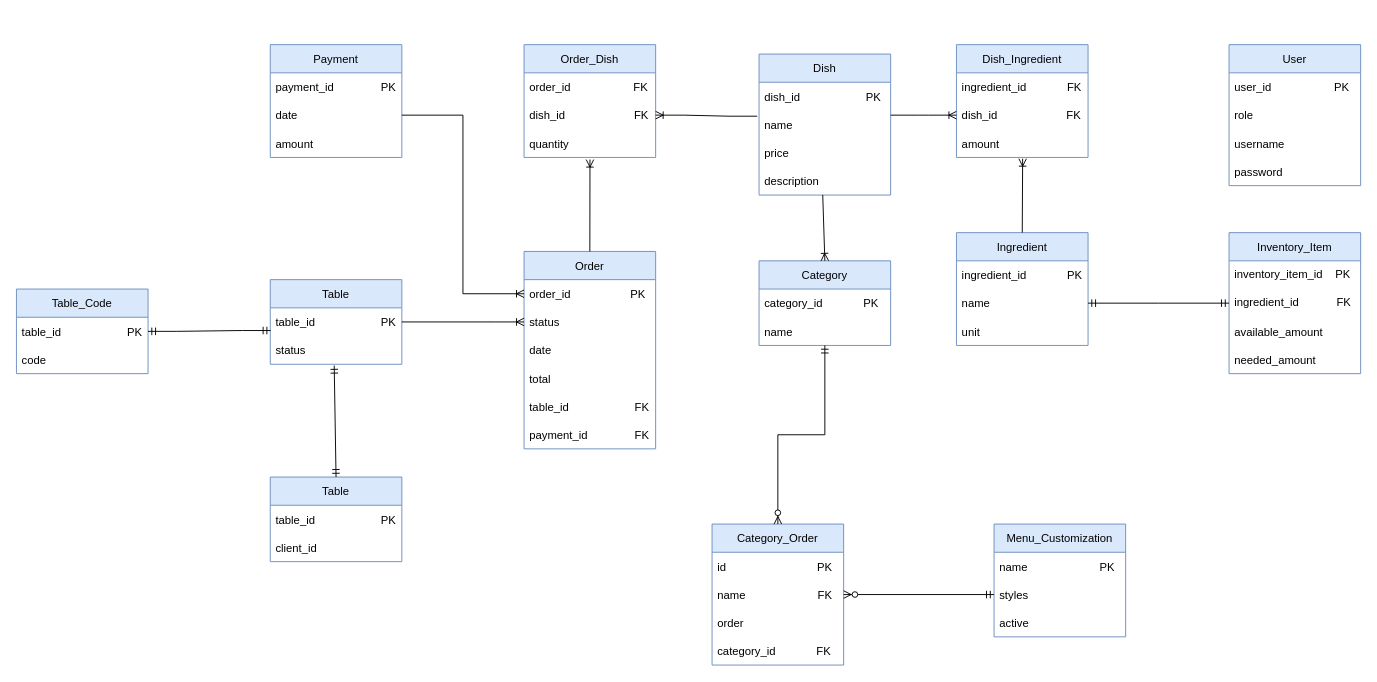
The draw.io diagram diagrams/ERD.drawio in jadhamwi31/quickq, before the edit. Source tidied: cells renumbered, new cells numbered last; positions are measured from the earlier drawing's top-left corner, leaving out a move shared by most shapes. Both pictures are drawn from the tidied source at 94%, with x=0, y=0 at pixel (16, 44).
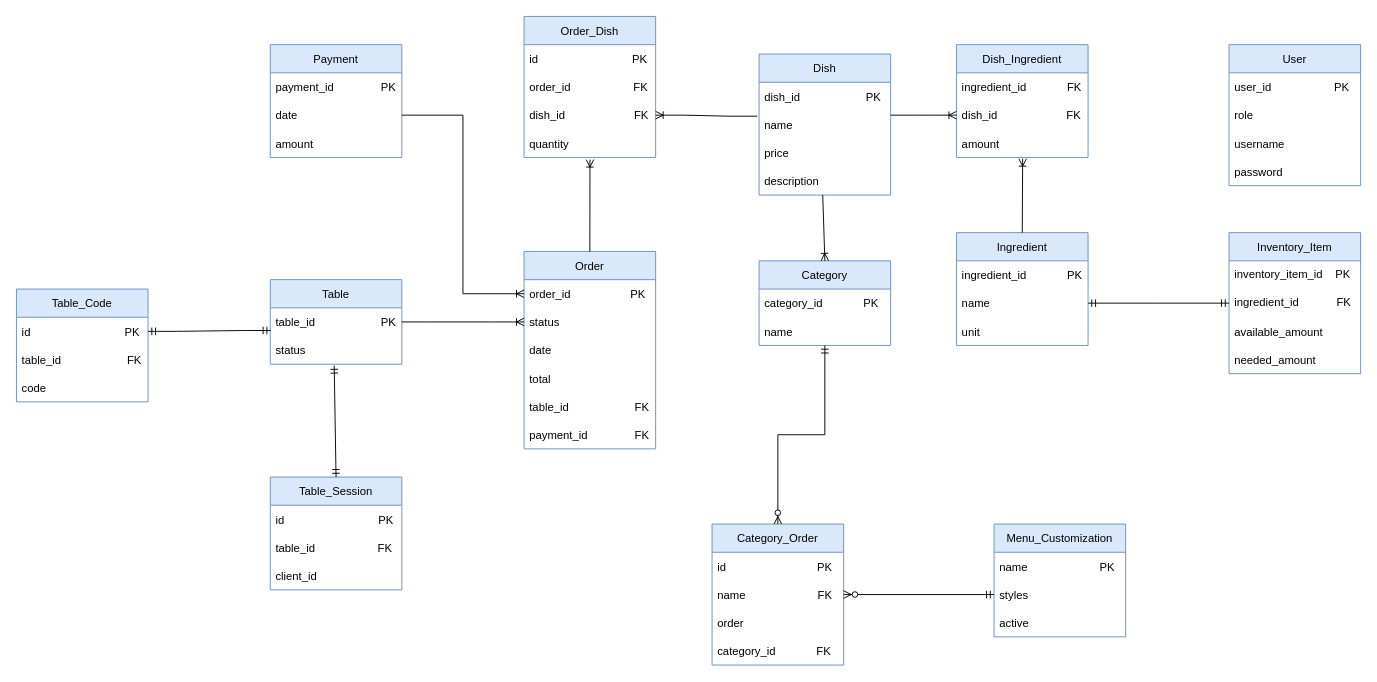
The same page after the edit.

Change to the diagram source:
```diff
@@
     <mxCell id="23" value="Order_Dish" style="swimlane;fontStyle=0;horizontal=1;startSize=30;fillColor=#dae8fc;strokeColor=#6c8ebf;" parent="1" vertex="1">
-      <mxGeometry x="540" width="140" height="120" as="geometry" />
+      <mxGeometry x="540" y="-30" width="140" height="150" as="geometry" />
     </mxCell>
-    <mxCell id="24" value="order_id                    FK" style="text;strokeColor=none;fillColor=none;align=left;verticalAlign=middle;spacingLeft=4;spacingRight=4;overflow=hidden;" parent="23" vertex="1">
+    <mxCell id="24" value="id                              PK" style="text;strokeColor=none;fillColor=none;align=left;verticalAlign=middle;spacingLeft=4;spacingRight=4;overflow=hidden;" parent="23" vertex="1">
       <mxGeometry y="30" width="140" height="30" as="geometry" />
     </mxCell>
+    <mxCell id="73" value="order_id                    FK" style="text;strokeColor=none;fillColor=none;align=left;verticalAlign=middle;spacingLeft=4;spacingRight=4;overflow=hidden;" parent="23" vertex="1">
+      <mxGeometry y="60" width="140" height="30" as="geometry" />
+    </mxCell>
     <mxCell id="25" value="dish_id                      FK" style="text;strokeColor=none;fillColor=none;align=left;verticalAlign=middle;spacingLeft=4;spacingRight=4;overflow=hidden;points=[[0,0.5],[1,0.5]];portConstraint=eastwest;" parent="23" vertex="1">
-      <mxGeometry y="60" width="140" height="30" as="geometry" />
+      <mxGeometry y="90" width="140" height="30" as="geometry" />
     </mxCell>
     <mxCell id="26" value="quantity" style="text;strokeColor=none;fillColor=none;align=left;verticalAlign=middle;spacingLeft=4;spacingRight=4;overflow=hidden;points=[[0,0.5],[1,0.5]];portConstraint=eastwest;" parent="23" vertex="1">
-      <mxGeometry y="90" width="140" height="30" as="geometry" />
+      <mxGeometry y="120" width="140" height="30" as="geometry" />
     </mxCell>
@@
     <mxCell id="54" value="Table_Code" style="swimlane;fontStyle=0;horizontal=1;startSize=30;fillColor=#dae8fc;strokeColor=#6c8ebf;" parent="1" vertex="1">
-      <mxGeometry y="260" width="140" height="90" as="geometry" />
+      <mxGeometry y="260" width="140" height="120" as="geometry" />
     </mxCell>
-    <mxCell id="55" value="table_id                     PK" style="text;strokeColor=none;fillColor=none;align=left;verticalAlign=middle;spacingLeft=4;spacingRight=4;overflow=hidden;points=[[0,0.5],[1,0.5]];portConstraint=eastwest;" parent="54" vertex="1">
+    <mxCell id="55" value="id                              PK" style="text;strokeColor=none;fillColor=none;align=left;verticalAlign=middle;spacingLeft=4;spacingRight=4;overflow=hidden;points=[[0,0.5],[1,0.5]];portConstraint=eastwest;" parent="54" vertex="1">
       <mxGeometry y="30" width="140" height="30" as="geometry" />
     </mxCell>
+    <mxCell id="74" value="table_id                     FK" style="text;strokeColor=none;fillColor=none;align=left;verticalAlign=middle;spacingLeft=4;spacingRight=4;overflow=hidden;" parent="54" vertex="1">
+      <mxGeometry y="60" width="140" height="30" as="geometry" />
+    </mxCell>
     <mxCell id="56" value="code" style="text;strokeColor=none;fillColor=none;align=left;verticalAlign=middle;spacingLeft=4;spacingRight=4;overflow=hidden;" parent="54" vertex="1">
-      <mxGeometry y="60" width="140" height="30" as="geometry" />
+      <mxGeometry y="90" width="140" height="30" as="geometry" />
     </mxCell>
@@
-    <mxCell id="58" value="Table" style="swimlane;fontStyle=0;horizontal=1;startSize=30;fillColor=#dae8fc;strokeColor=#6c8ebf;" parent="1" vertex="1">
-      <mxGeometry x="270" y="460" width="140" height="90" as="geometry" />
+    <mxCell id="58" value="Table_Session" style="swimlane;fontStyle=0;horizontal=1;startSize=30;fillColor=#dae8fc;strokeColor=#6c8ebf;" parent="1" vertex="1">
+      <mxGeometry x="270" y="460" width="140" height="120" as="geometry" />
     </mxCell>
-    <mxCell id="59" value="table_id                     PK" style="text;strokeColor=none;fillColor=none;align=left;verticalAlign=middle;spacingLeft=4;spacingRight=4;overflow=hidden;" parent="58" vertex="1">
+    <mxCell id="59" value="id                              PK" style="text;strokeColor=none;fillColor=none;align=left;verticalAlign=middle;spacingLeft=4;spacingRight=4;overflow=hidden;" parent="58" vertex="1">
       <mxGeometry y="30" width="140" height="30" as="geometry" />
     </mxCell>
+    <mxCell id="75" value="table_id                    FK" style="text;strokeColor=none;fillColor=none;align=left;verticalAlign=middle;spacingLeft=4;spacingRight=4;overflow=hidden;" parent="58" vertex="1">
+      <mxGeometry y="60" width="140" height="30" as="geometry" />
+    </mxCell>
     <mxCell id="60" value="client_id" style="text;strokeColor=none;fillColor=none;align=left;verticalAlign=middle;spacingLeft=4;spacingRight=4;overflow=hidden;" parent="58" vertex="1">
-      <mxGeometry y="60" width="140" height="30" as="geometry" />
+      <mxGeometry y="90" width="140" height="30" as="geometry" />
     </mxCell>
```
